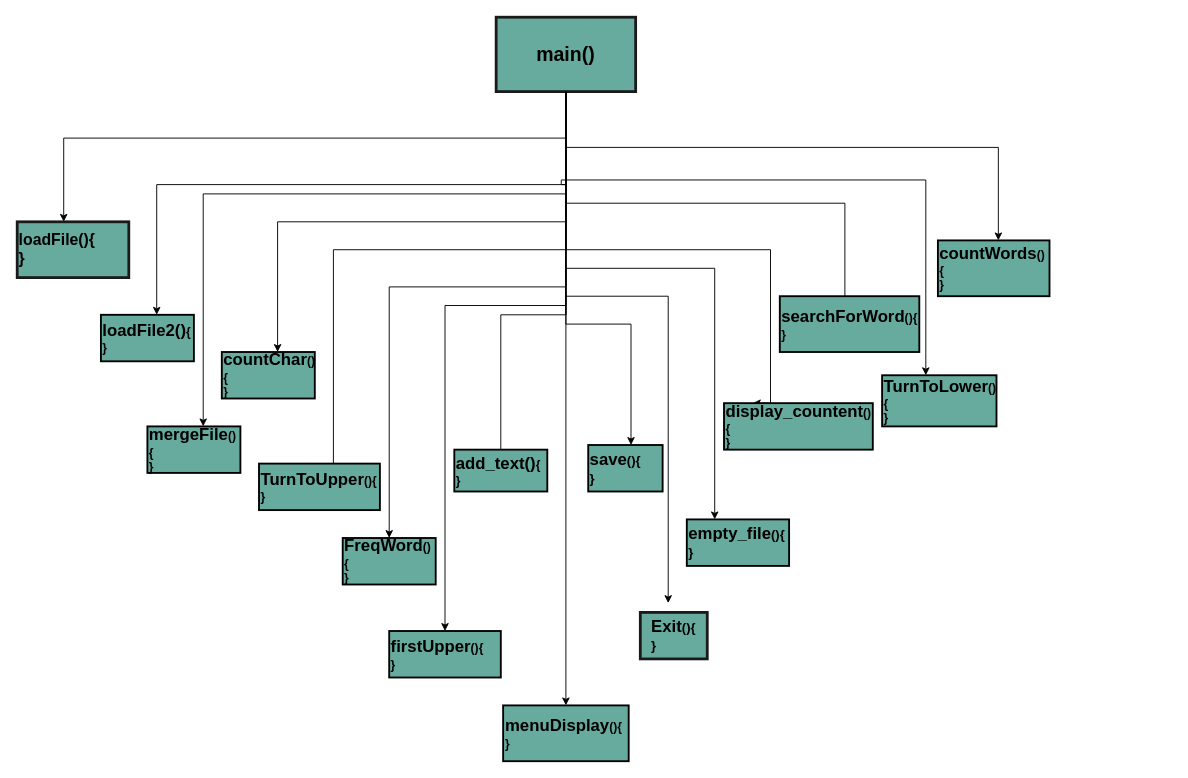
The draw.io diagram Untitled Diagram.drawio in farah50/Image_filetring_project, before the edit. Source tidied: cells renumbered, new cells numbered last; positions are measured from the earlier drawing's top-left corner, leaving out a move shared by most shapes. Both pictures are drawn from the tidied source at 93%, with x=0, y=0 at pixel (17, 17).
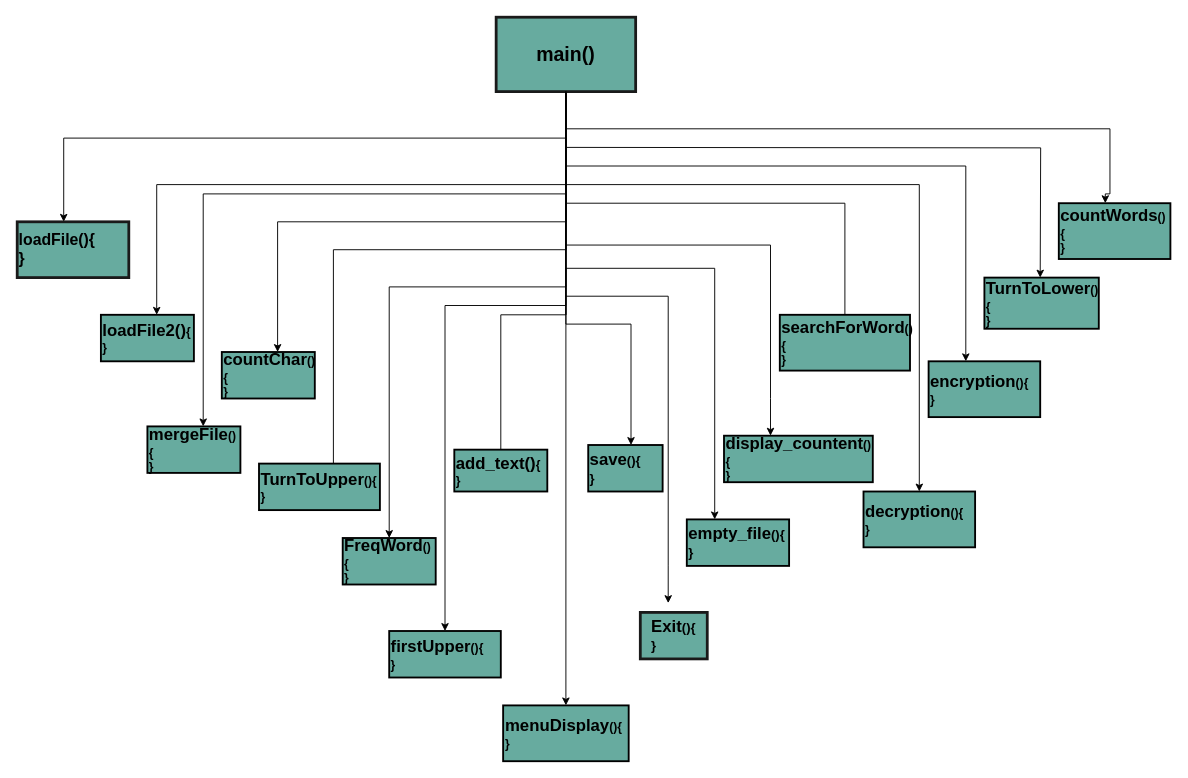
Above is the later version.

Commit message:
Text Editor Diagram.drawio

Change to the diagram source:
```diff
@@
     <mxCell id="12" value="&lt;b&gt;&lt;font style=&quot;font-size: 18px&quot;&gt;searchForWord&lt;/font&gt;&lt;/b&gt;&lt;b style=&quot;font-size: 13px&quot;&gt;(){&lt;br&gt;}&lt;/b&gt;" style="whiteSpace=wrap;html=1;align=left;verticalAlign=middle;newEdgeStyle={&quot;edgeStyle&quot;:&quot;elbowEdgeStyle&quot;,&quot;startArrow&quot;:&quot;none&quot;,&quot;endArrow&quot;:&quot;none&quot;};strokeWidth=2;fillColor=#67AB9F;rounded=0;" parent="1" vertex="1">
-      <mxGeometry x="820" y="300" width="150" height="60" as="geometry" />
+      <mxGeometry x="820" y="320" width="140" height="60" as="geometry" />
     </mxCell>
@@
-    <mxCell id="15" style="edgeStyle=orthogonalEdgeStyle;rounded=0;orthogonalLoop=1;jettySize=auto;html=1;fontSize=13;fontColor=none;" parent="1" edge="1">
-      <mxGeometry relative="1" as="geometry">
-        <mxPoint x="590" y="170" as="sourcePoint" />
-        <mxPoint x="977" y="385" as="targetPoint" />
-        <Array as="points">
-          <mxPoint x="585" y="180" />
-          <mxPoint x="585" y="175" />
-          <mxPoint x="977" y="175" />
-        </Array>
-      </mxGeometry>
-    </mxCell>
+    <mxCell id="36" style="edgeStyle=orthogonalEdgeStyle;rounded=0;orthogonalLoop=1;jettySize=auto;html=1;fontSize=18;" parent="1" edge="1">
+      <mxGeometry relative="1" as="geometry">
+        <mxPoint x="590" y="140" as="sourcePoint" />
+        <mxPoint x="1100" y="280" as="targetPoint" />
+      </mxGeometry>
+    </mxCell>
     <mxCell id="16" value="&lt;b&gt;&lt;font style=&quot;font-size: 18px&quot;&gt;TurnToLower&lt;/font&gt;&lt;/b&gt;&lt;b style=&quot;font-size: 13px&quot;&gt;(){&lt;br&gt;}&lt;/b&gt;" style="whiteSpace=wrap;html=1;align=left;newEdgeStyle={&quot;edgeStyle&quot;:&quot;elbowEdgeStyle&quot;,&quot;startArrow&quot;:&quot;none&quot;,&quot;endArrow&quot;:&quot;none&quot;};strokeWidth=2;fillColor=#67AB9F;rounded=0;" parent="1" vertex="1">
-      <mxGeometry x="930" y="385" width="123" height="55" as="geometry" />
+      <mxGeometry x="1040" y="280" width="123" height="55" as="geometry" />
     </mxCell>
@@
     <mxCell id="21" style="edgeStyle=orthogonalEdgeStyle;rounded=0;orthogonalLoop=1;jettySize=auto;html=1;" parent="1" edge="1">
       <mxGeometry relative="1" as="geometry">
-        <mxPoint x="590" y="140" as="sourcePoint" />
-        <mxPoint x="1055" y="240" as="targetPoint" />
+        <mxPoint x="590" y="120" as="sourcePoint" />
+        <mxPoint x="1170" y="200" as="targetPoint" />
         <Array as="points">
-          <mxPoint x="1055" y="140" />
+          <mxPoint x="1175" y="120" />
+          <mxPoint x="1175" y="190" />
+          <mxPoint x="1170" y="190" />
         </Array>
       </mxGeometry>
     </mxCell>
+    <mxCell id="37" style="edgeStyle=orthogonalEdgeStyle;rounded=0;jettySize=auto;html=1;fontSize=18;" parent="1" edge="1" target="39">
+      <mxGeometry relative="1" as="geometry">
+        <mxPoint x="590" y="160" as="sourcePoint" />
+        <Array as="points">
+          <mxPoint x="1020" y="160" />
+        </Array>
+      </mxGeometry>
+    </mxCell>
     <mxCell id="22" value="&lt;b&gt;&lt;font style=&quot;font-size: 18px&quot;&gt;countWords&lt;/font&gt;&lt;/b&gt;&lt;b style=&quot;font-size: 13px&quot;&gt;(){&lt;br&gt;}&lt;/b&gt;" style="whiteSpace=wrap;html=1;align=left;newEdgeStyle={&quot;edgeStyle&quot;:&quot;elbowEdgeStyle&quot;,&quot;startArrow&quot;:&quot;none&quot;,&quot;endArrow&quot;:&quot;none&quot;};fillColor=#67AB9F;strokeColor=#000000;strokeWidth=2;rounded=0;" parent="1" vertex="1">
-      <mxGeometry x="990" y="240" width="120" height="60" as="geometry" />
+      <mxGeometry x="1120" y="200" width="120" height="60" as="geometry" />
     </mxCell>
@@
     <mxCell id="30" style="edgeStyle=orthogonalEdgeStyle;rounded=0;orthogonalLoop=1;jettySize=auto;html=1;" parent="1" edge="1">
       <mxGeometry relative="1" as="geometry">
-        <mxPoint x="590" y="250" as="sourcePoint" />
-        <mxPoint x="791" y="415" as="targetPoint" />
+        <mxPoint x="590" y="245" as="sourcePoint" />
+        <mxPoint x="810" y="450" as="targetPoint" />
         <Array as="points">
-          <mxPoint x="810" y="250" />
-          <mxPoint x="810" y="415" />
+          <mxPoint x="810" y="245" />
+          <mxPoint x="810" y="410" />
         </Array>
       </mxGeometry>
     </mxCell>
     <mxCell id="31" value="&lt;b&gt;&lt;font style=&quot;font-size: 18px&quot;&gt;display_countent&lt;/font&gt;&lt;/b&gt;&lt;b style=&quot;font-size: 13px&quot;&gt;(){&lt;br&gt;}&lt;/b&gt;" style="whiteSpace=wrap;html=1;align=left;verticalAlign=middle;newEdgeStyle={&quot;edgeStyle&quot;:&quot;elbowEdgeStyle&quot;,&quot;startArrow&quot;:&quot;none&quot;,&quot;endArrow&quot;:&quot;none&quot;};strokeWidth=2;fillColor=#67AB9F;rounded=0;" parent="1" vertex="1">
-      <mxGeometry x="760" y="415" width="160" height="50" as="geometry" />
+      <mxGeometry x="760" y="450" width="160" height="50" as="geometry" />
     </mxCell>
@@
+    <mxCell id="38" style="edgeStyle=orthogonalEdgeStyle;rounded=0;jettySize=auto;html=1;fontSize=18;" parent="1" edge="1" target="40">
+      <mxGeometry relative="1" as="geometry">
+        <mxPoint x="590" y="220" as="sourcePoint" />
+        <Array as="points">
+          <mxPoint x="590" y="180" />
+          <mxPoint x="970" y="180" />
+        </Array>
+      </mxGeometry>
+    </mxCell>
+    <mxCell id="39" value="&lt;b style=&quot;font-size: 18px&quot;&gt;encryption&lt;/b&gt;&lt;b style=&quot;font-size: 13px&quot;&gt;(){&lt;br&gt;}&lt;/b&gt;" style="whiteSpace=wrap;html=1;align=left;newEdgeStyle={&quot;edgeStyle&quot;:&quot;elbowEdgeStyle&quot;,&quot;startArrow&quot;:&quot;none&quot;,&quot;endArrow&quot;:&quot;none&quot;};fillColor=#67AB9F;strokeColor=#000000;strokeWidth=2;rounded=0;" parent="1" vertex="1">
+      <mxGeometry x="980" y="370" width="120" height="60" as="geometry" />
+    </mxCell>
+    <mxCell id="40" value="&lt;b style=&quot;font-size: 18px&quot;&gt;decryption&lt;/b&gt;&lt;b style=&quot;font-size: 13px&quot;&gt;(){&lt;br&gt;}&lt;/b&gt;" style="whiteSpace=wrap;html=1;align=left;newEdgeStyle={&quot;edgeStyle&quot;:&quot;elbowEdgeStyle&quot;,&quot;startArrow&quot;:&quot;none&quot;,&quot;endArrow&quot;:&quot;none&quot;};fillColor=#67AB9F;strokeColor=#000000;strokeWidth=2;rounded=0;" parent="1" vertex="1">
+      <mxGeometry x="910" y="510" width="120" height="60" as="geometry" />
+    </mxCell>
```
